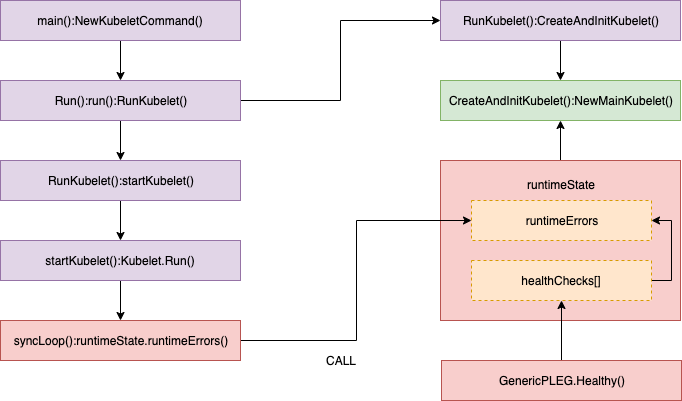
Earlier version of the draw.io export kubernetes/pleg-healthy-checks.png (bysnupy/blog). Source tidied: cells renumbered, new cells last; positions are measured from the earlier drawing's top-left corner, leaving out a move shared by most shapes. Its diagram source:
```xml
<mxGraphModel>
  <root>
    <mxCell id="0" />
    <mxCell id="1" parent="0" />
    <mxCell id="2" style="edgeStyle=orthogonalEdgeStyle;rounded=0;jettySize=auto;html=1;exitX=0.5;exitY=0;exitDx=0;exitDy=0;entryX=0.5;entryY=1;entryDx=0;entryDy=0;" parent="1" edge="1" source="3" target="13">
      <mxGeometry relative="1" as="geometry" />
    </mxCell>
    <mxCell id="3" value="runtimeState&lt;br&gt;&lt;br&gt;&lt;br&gt;&lt;br&gt;&lt;br&gt;&lt;br&gt;&lt;br&gt;&lt;br&gt;&lt;br&gt;" style="rounded=0;whiteSpace=wrap;html=1;fillColor=#f8cecc;strokeColor=#b85450;" parent="1" vertex="1">
      <mxGeometry x="440" y="160" width="240" height="160" as="geometry" />
    </mxCell>
    <mxCell id="4" style="edgeStyle=orthogonalEdgeStyle;rounded=0;jettySize=auto;html=1;exitX=0.5;exitY=1;exitDx=0;exitDy=0;entryX=0.5;entryY=0;entryDx=0;entryDy=0;" parent="1" edge="1" source="5" target="8">
      <mxGeometry relative="1" as="geometry" />
    </mxCell>
    <mxCell id="5" value="main():NewKubeletCommand()" style="rounded=0;whiteSpace=wrap;html=1;fillColor=#e1d5e7;strokeColor=#9673a6;" parent="1" vertex="1">
      <mxGeometry width="240" height="40" as="geometry" />
    </mxCell>
    <mxCell id="6" style="edgeStyle=orthogonalEdgeStyle;rounded=0;jettySize=auto;html=1;exitX=1;exitY=0.5;exitDx=0;exitDy=0;entryX=0;entryY=0.5;entryDx=0;entryDy=0;" parent="1" edge="1" source="8" target="12">
      <mxGeometry relative="1" as="geometry" />
    </mxCell>
    <mxCell id="7" style="edgeStyle=orthogonalEdgeStyle;rounded=0;jettySize=auto;html=1;exitX=0.5;exitY=1;exitDx=0;exitDy=0;entryX=0.5;entryY=0;entryDx=0;entryDy=0;" parent="1" edge="1" source="8" target="10">
      <mxGeometry relative="1" as="geometry" />
    </mxCell>
    <mxCell id="8" value="Run():run():RunKubelet()" style="rounded=0;whiteSpace=wrap;html=1;fillColor=#e1d5e7;strokeColor=#9673a6;" parent="1" vertex="1">
      <mxGeometry y="80" width="240" height="40" as="geometry" />
    </mxCell>
    <mxCell id="9" style="edgeStyle=orthogonalEdgeStyle;rounded=0;jettySize=auto;html=1;exitX=0.5;exitY=1;exitDx=0;exitDy=0;entryX=0.5;entryY=0;entryDx=0;entryDy=0;" parent="1" edge="1" source="10" target="15">
      <mxGeometry relative="1" as="geometry" />
    </mxCell>
    <mxCell id="10" value="RunKubelet():startKubelet()" style="rounded=0;whiteSpace=wrap;html=1;fillColor=#e1d5e7;strokeColor=#9673a6;" parent="1" vertex="1">
      <mxGeometry y="160" width="240" height="40" as="geometry" />
    </mxCell>
    <mxCell id="11" style="edgeStyle=orthogonalEdgeStyle;rounded=0;jettySize=auto;html=1;exitX=0.5;exitY=1;exitDx=0;exitDy=0;entryX=0.5;entryY=0;entryDx=0;entryDy=0;" parent="1" edge="1" source="12" target="13">
      <mxGeometry relative="1" as="geometry" />
    </mxCell>
    <mxCell id="12" value="RunKubelet():CreateAndInitKubelet()" style="rounded=0;whiteSpace=wrap;html=1;fillColor=#e1d5e7;strokeColor=#9673a6;" parent="1" vertex="1">
      <mxGeometry x="440" width="240" height="40" as="geometry" />
    </mxCell>
    <mxCell id="13" value="CreateAndInitKubelet():NewMainKubelet()" style="rounded=0;whiteSpace=wrap;html=1;fillColor=#d5e8d4;strokeColor=#82b366;" parent="1" vertex="1">
      <mxGeometry x="440" y="80" width="240" height="40" as="geometry" />
    </mxCell>
    <mxCell id="14" style="edgeStyle=orthogonalEdgeStyle;rounded=0;jettySize=auto;html=1;" parent="1" edge="1" source="15" target="17">
      <mxGeometry relative="1" as="geometry" />
    </mxCell>
    <mxCell id="15" value="startKubelet():Kubelet.Run()" style="rounded=0;whiteSpace=wrap;html=1;fillColor=#e1d5e7;strokeColor=#9673a6;" parent="1" vertex="1">
      <mxGeometry y="240" width="240" height="40" as="geometry" />
    </mxCell>
    <mxCell id="16" style="edgeStyle=orthogonalEdgeStyle;rounded=0;jettySize=auto;html=1;exitX=1;exitY=0.5;exitDx=0;exitDy=0;entryX=0;entryY=0.5;entryDx=0;entryDy=0;" parent="1" edge="1" source="17" target="18">
      <mxGeometry relative="1" as="geometry" />
    </mxCell>
    <mxCell id="17" value="syncLoop():runtimeState.runtimeErrors()" style="rounded=0;whiteSpace=wrap;html=1;fillColor=#f8cecc;strokeColor=#b85450;" parent="1" vertex="1">
      <mxGeometry y="320" width="240" height="40" as="geometry" />
    </mxCell>
    <mxCell id="18" value="runtimeErrors" style="rounded=0;whiteSpace=wrap;html=1;fillColor=#ffe6cc;strokeColor=#d79b00;dashed=1;" parent="1" vertex="1">
      <mxGeometry x="471" y="200" width="180" height="40" as="geometry" />
    </mxCell>
    <mxCell id="19" style="edgeStyle=orthogonalEdgeStyle;rounded=0;jettySize=auto;html=1;exitX=0.5;exitY=0;exitDx=0;exitDy=0;" parent="1" edge="1" source="20" target="22">
      <mxGeometry relative="1" as="geometry" />
    </mxCell>
    <mxCell id="20" value="GenericPLEG.Healthy()" style="rounded=0;whiteSpace=wrap;html=1;fillColor=#f8cecc;strokeColor=#b85450;" parent="1" vertex="1">
      <mxGeometry x="441" y="360" width="240" height="40" as="geometry" />
    </mxCell>
    <mxCell id="21" style="edgeStyle=orthogonalEdgeStyle;rounded=0;jettySize=auto;html=1;exitX=1;exitY=0.5;exitDx=0;exitDy=0;entryX=1;entryY=0.5;entryDx=0;entryDy=0;" parent="1" edge="1" source="22" target="18">
      <mxGeometry relative="1" as="geometry" />
    </mxCell>
    <mxCell id="22" value="healthChecks[]" style="rounded=0;whiteSpace=wrap;html=1;fillColor=#ffe6cc;strokeColor=#d79b00;dashed=1;" parent="1" vertex="1">
      <mxGeometry x="471" y="260" width="180" height="40" as="geometry" />
    </mxCell>
    <mxCell id="23" value="CALL" style="text;html=1;strokeColor=none;fillColor=none;align=center;verticalAlign=middle;whiteSpace=wrap;rounded=0;dashed=1;" parent="1" vertex="1">
      <mxGeometry x="320" y="350.5" width="40" height="19" as="geometry" />
    </mxCell>
  </root>
</mxGraphModel>
```
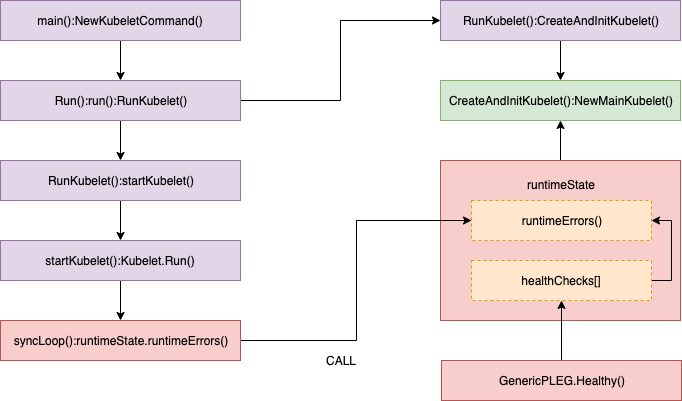
Later version of the same file.

What changed in the source:
```diff
@@ -50,7 +50,7 @@
     <mxCell id="17" value="syncLoop():runtimeState.runtimeErrors()" style="rounded=0;whiteSpace=wrap;html=1;fillColor=#f8cecc;strokeColor=#b85450;" parent="1" vertex="1">
       <mxGeometry y="320" width="240" height="40" as="geometry" />
     </mxCell>
-    <mxCell id="18" value="runtimeErrors" style="rounded=0;whiteSpace=wrap;html=1;fillColor=#ffe6cc;strokeColor=#d79b00;dashed=1;" parent="1" vertex="1">
+    <mxCell id="18" value="runtimeErrors()" style="rounded=0;whiteSpace=wrap;html=1;fillColor=#ffe6cc;strokeColor=#d79b00;dashed=1;" parent="1" vertex="1">
       <mxGeometry x="471" y="200" width="180" height="40" as="geometry" />
     </mxCell>
     <mxCell id="19" style="edgeStyle=orthogonalEdgeStyle;rounded=0;jettySize=auto;html=1;exitX=0.5;exitY=0;exitDx=0;exitDy=0;" parent="1" edge="1" source="20" target="22">
```
